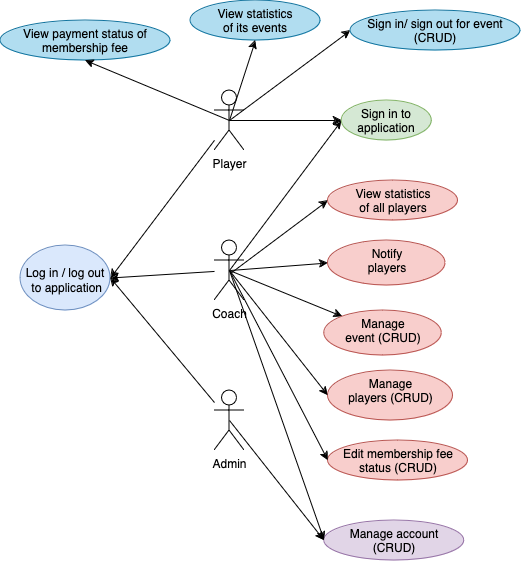
Earlier version of the draw.io export UC-diagram.png (patriciavnencakova/sports-club-app). Source tidied: cells renumbered, new cells last; positions are measured from the earlier drawing's top-left corner, leaving out a move shared by most shapes.
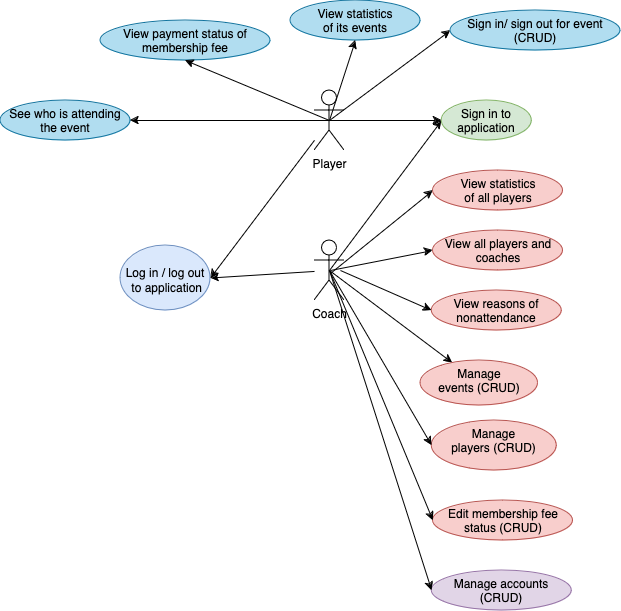
After the change.

Diff of the diagram source:
```diff
@@ -29,39 +29,30 @@
     <mxCell id="10" value="Coach" style="shape=umlActor;verticalLabelPosition=bottom;verticalAlign=top;html=1;outlineConnect=0;" parent="1" vertex="1">
       <mxGeometry x="214" y="240" width="30" height="60" as="geometry" />
     </mxCell>
-    <mxCell id="11" style="edgeStyle=none;rounded=0;jettySize=auto;html=1;entryX=1;entryY=0.5;entryDx=0;entryDy=0;" parent="1" edge="1" source="12" target="6">
-      <mxGeometry relative="1" as="geometry" />
-    </mxCell>
-    <mxCell id="12" value="Admin" style="shape=umlActor;verticalLabelPosition=bottom;verticalAlign=top;html=1;outlineConnect=0;" parent="1" vertex="1">
-      <mxGeometry x="214" y="390" width="30" height="60" as="geometry" />
-    </mxCell>
     <mxCell id="13" value="Sign in to application" style="ellipse;whiteSpace=wrap;html=1;verticalAlign=top;fillColor=#d5e8d4;strokeColor=#82b366;" parent="1" vertex="1">
       <mxGeometry x="341.2" y="100" width="90" height="40" as="geometry" />
     </mxCell>
-    <mxCell id="14" value="Manage &lt;br&gt;event (CRUD)" style="ellipse;whiteSpace=wrap;html=1;verticalAlign=top;fillColor=#f8cecc;strokeColor=#b85450;" parent="1" vertex="1">
-      <mxGeometry x="323.8" y="310" width="117.5" height="45" as="geometry" />
+    <mxCell id="14" value="Manage &lt;br&gt;events (CRUD)" style="ellipse;whiteSpace=wrap;html=1;verticalAlign=top;fillColor=#f8cecc;strokeColor=#b85450;" parent="1" vertex="1">
+      <mxGeometry x="320" y="360" width="117.5" height="45" as="geometry" />
     </mxCell>
     <mxCell id="15" value="Manage &lt;br&gt;players (CRUD)" style="ellipse;whiteSpace=wrap;html=1;verticalAlign=top;fillColor=#f8cecc;strokeColor=#b85450;" parent="1" vertex="1">
-      <mxGeometry x="327.5" y="370" width="125" height="50" as="geometry" />
+      <mxGeometry x="331.2" y="420" width="125" height="50" as="geometry" />
     </mxCell>
     <mxCell id="16" style="edgeStyle=none;rounded=0;jettySize=auto;html=1;entryX=0;entryY=0.5;entryDx=0;entryDy=0;exitX=0.5;exitY=0.5;exitDx=0;exitDy=0;exitPerimeter=0;" parent="1" edge="1" source="10" target="15">
       <mxGeometry relative="1" as="geometry" />
     </mxCell>
     <mxCell id="17" value="Edit membership fee status (CRUD)" style="ellipse;whiteSpace=wrap;html=1;verticalAlign=top;fillColor=#f8cecc;strokeColor=#b85450;" parent="1" vertex="1">
-      <mxGeometry x="327.5" y="440" width="140" height="40" as="geometry" />
+      <mxGeometry x="332.5" y="500" width="140" height="40" as="geometry" />
     </mxCell>
     <mxCell id="18" style="edgeStyle=none;rounded=0;jettySize=auto;html=1;entryX=0;entryY=0.5;entryDx=0;entryDy=0;exitX=0.5;exitY=0.5;exitDx=0;exitDy=0;exitPerimeter=0;" parent="1" edge="1" source="10" target="17">
       <mxGeometry relative="1" as="geometry" />
     </mxCell>
-    <mxCell id="19" value="Manage account&lt;br&gt;(CRUD)" style="ellipse;whiteSpace=wrap;html=1;verticalAlign=top;fillColor=#e1d5e7;strokeColor=#9673a6;" parent="1" vertex="1">
-      <mxGeometry x="323.8" y="520" width="140" height="40" as="geometry" />
+    <mxCell id="19" value="Manage accounts&lt;br&gt;(CRUD)" style="ellipse;whiteSpace=wrap;html=1;verticalAlign=top;fillColor=#e1d5e7;strokeColor=#9673a6;" parent="1" vertex="1">
+      <mxGeometry x="331.2" y="570" width="140" height="40" as="geometry" />
     </mxCell>
     <mxCell id="20" style="edgeStyle=none;rounded=0;jettySize=auto;html=1;exitX=0.5;exitY=0.5;exitDx=0;exitDy=0;exitPerimeter=0;entryX=0;entryY=0.5;entryDx=0;entryDy=0;" parent="1" edge="1" source="10" target="19">
       <mxGeometry relative="1" as="geometry" />
     </mxCell>
-    <mxCell id="21" style="edgeStyle=none;rounded=0;jettySize=auto;html=1;entryX=0;entryY=0.5;entryDx=0;entryDy=0;exitX=0.5;exitY=0.5;exitDx=0;exitDy=0;exitPerimeter=0;" parent="1" edge="1" source="12" target="19">
-      <mxGeometry relative="1" as="geometry" />
-    </mxCell>
     <mxCell id="22" value="Sign in/ sign out for event (CRUD)" style="ellipse;whiteSpace=wrap;html=1;verticalAlign=top;fillColor=#b1ddf0;strokeColor=#10739e;" parent="1" vertex="1">
       <mxGeometry x="350" y="10" width="170" height="40" as="geometry" />
     </mxCell>
@@ -81,21 +72,37 @@
         <mxPoint x="229" y="120" as="sourcePoint" />
       </mxGeometry>
     </mxCell>
-    <mxCell id="27" value="Notify&lt;br&gt;players" style="ellipse;whiteSpace=wrap;html=1;verticalAlign=top;fillColor=#f8cecc;strokeColor=#b85450;" parent="1" vertex="1">
-      <mxGeometry x="327.5" y="240" width="117.5" height="45" as="geometry" />
-    </mxCell>
-    <mxCell id="28" style="edgeStyle=none;rounded=0;jettySize=auto;html=1;entryX=0;entryY=0.5;entryDx=0;entryDy=0;" parent="1" edge="1" target="27">
-      <mxGeometry relative="1" as="geometry">
-        <mxPoint x="230" y="270" as="sourcePoint" />
-      </mxGeometry>
-    </mxCell>
     <mxCell id="29" value="&lt;div&gt;View statistics &lt;br&gt;of all players&lt;br&gt;&lt;/div&gt;" style="ellipse;whiteSpace=wrap;html=1;verticalAlign=top;fillColor=#f8cecc;strokeColor=#b85450;" parent="1" vertex="1">
-      <mxGeometry x="327.5" y="180" width="130" height="40" as="geometry" />
+      <mxGeometry x="332.5" y="170" width="130" height="40" as="geometry" />
     </mxCell>
     <mxCell id="30" style="edgeStyle=none;rounded=0;jettySize=auto;html=1;entryX=0;entryY=0.5;entryDx=0;entryDy=0;" parent="1" edge="1" target="29">
       <mxGeometry relative="1" as="geometry">
         <mxPoint x="230" y="273" as="sourcePoint" />
       </mxGeometry>
     </mxCell>
+    <mxCell id="31" value="&lt;div&gt;View all players and coaches &lt;br&gt;&lt;/div&gt;" style="ellipse;whiteSpace=wrap;html=1;verticalAlign=top;fillColor=#f8cecc;strokeColor=#b85450;" parent="1" vertex="1">
+      <mxGeometry x="332.5" y="230" width="130" height="40" as="geometry" />
+    </mxCell>
+    <mxCell id="32" style="edgeStyle=none;rounded=0;jettySize=auto;html=1;entryX=0;entryY=0.5;entryDx=0;entryDy=0;" parent="1" edge="1" target="31">
+      <mxGeometry relative="1" as="geometry">
+        <mxPoint x="230" y="270" as="sourcePoint" />
+      </mxGeometry>
+    </mxCell>
+    <mxCell id="33" value="&lt;div&gt;View reasons of nonattendance&lt;br&gt;&lt;/div&gt;" style="ellipse;whiteSpace=wrap;html=1;verticalAlign=top;fillColor=#f8cecc;strokeColor=#b85450;" parent="1" vertex="1">
+      <mxGeometry x="331.2" y="290" width="130" height="40" as="geometry" />
+    </mxCell>
+    <mxCell id="34" style="edgeStyle=none;rounded=0;jettySize=auto;html=1;entryX=0;entryY=0.5;entryDx=0;entryDy=0;" parent="1" edge="1" target="33">
+      <mxGeometry relative="1" as="geometry">
+        <mxPoint x="240" y="270" as="sourcePoint" />
+      </mxGeometry>
+    </mxCell>
+    <mxCell id="35" value="See who is attending the event" style="ellipse;whiteSpace=wrap;html=1;verticalAlign=top;fillColor=#b1ddf0;strokeColor=#10739e;" parent="1" vertex="1">
+      <mxGeometry x="-100" y="100" width="130" height="40" as="geometry" />
+    </mxCell>
+    <mxCell id="36" style="edgeStyle=none;rounded=0;jettySize=auto;html=1;entryX=1;entryY=0.5;entryDx=0;entryDy=0;" parent="1" edge="1" target="35">
+      <mxGeometry relative="1" as="geometry">
+        <mxPoint x="230" y="120" as="sourcePoint" />
+      </mxGeometry>
+    </mxCell>
   </root>
 </mxGraphModel>
```
